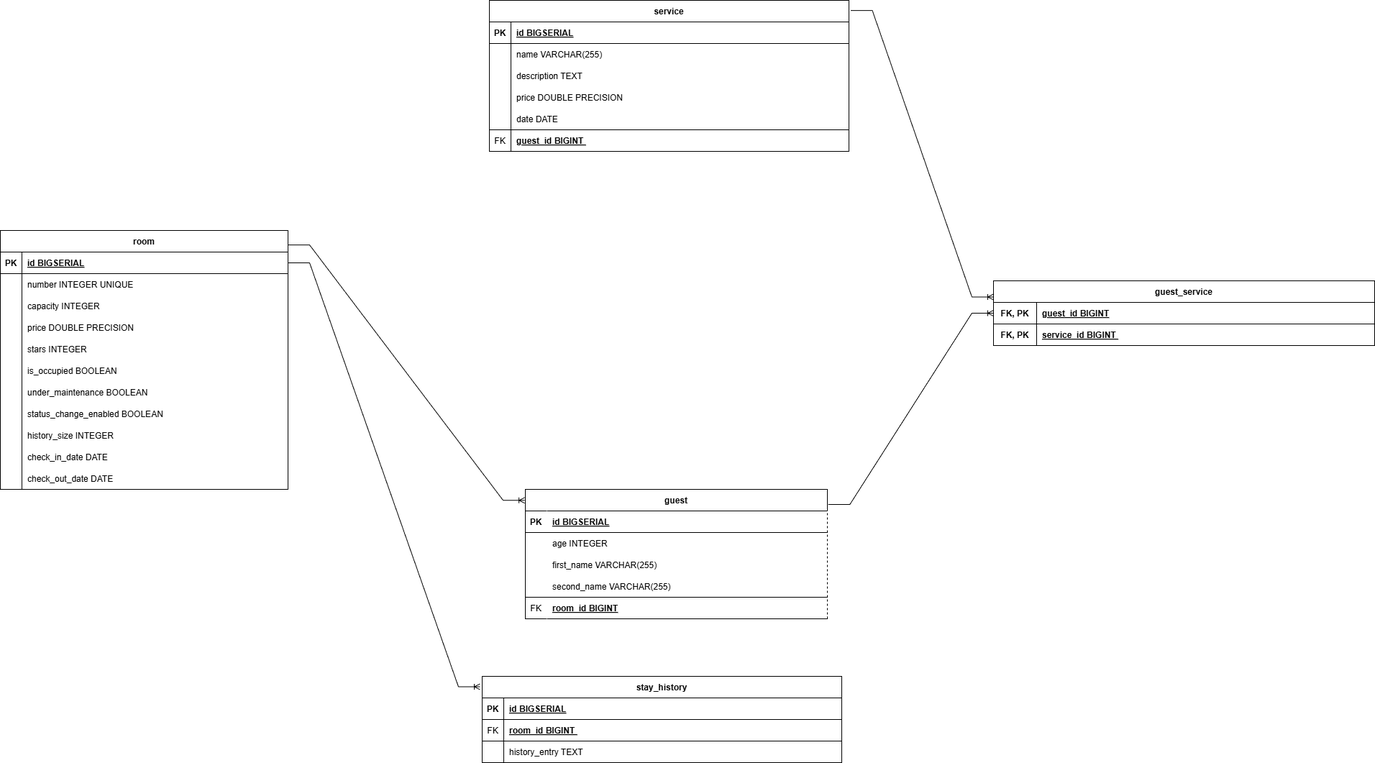
tokmann/senla-test-repository keeps this draw.io diagram as hotel-project/hotel/sql/hotel_erd.drawio.png. Above is the earlier version. Source tidied: cells renumbered, new cells last; positions are measured from the earlier drawing's top-left corner, leaving out a move shared by most shapes.
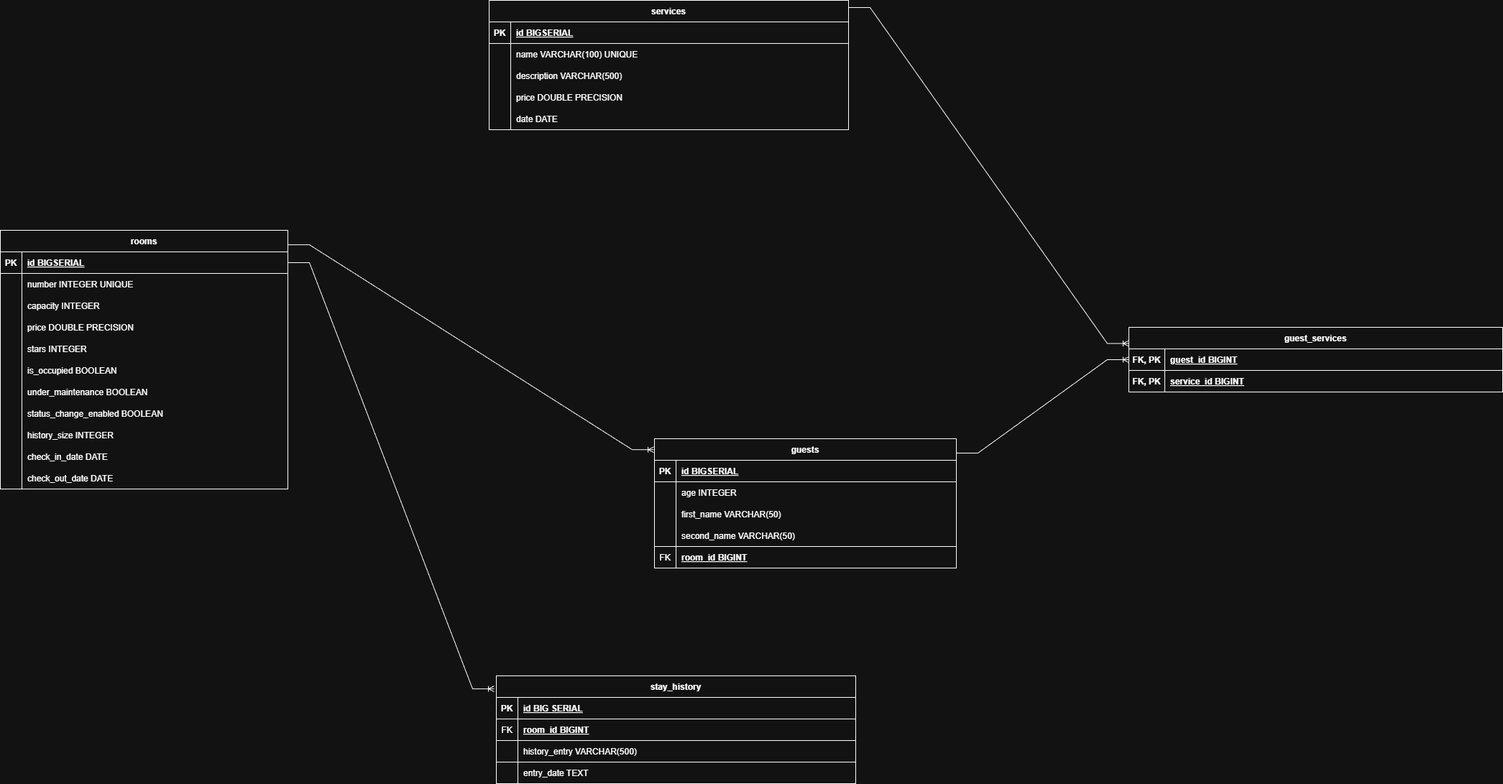
After the commit.

Commit message:
Изменил ERD диаграмму в соответствии с обновлением. Вынесены JPQL запросы в константы.

The edit, as a diff of the source:
```diff
@@ -2,7 +2,7 @@
   <root>
     <mxCell id="0" />
     <mxCell id="1" parent="0" />
-    <mxCell id="2" value="room" style="shape=table;startSize=30;rowLines=0;fontStyle=1;align=center;" parent="1" vertex="1">
+    <mxCell id="2" value="rooms" style="shape=table;startSize=30;rowLines=0;fontStyle=1;align=center;" parent="1" vertex="1">
       <mxGeometry y="320" width="400" height="360" as="geometry" />
     </mxCell>
     <mxCell id="3" style="shape=tableRow;horizontal=0;startSize=0;swimlaneHead=0;swimlaneBody=0;fillColor=none;points=[[0,0.5],[1,0.5]];portConstraint=eastwest;strokeColor=inherit;top=0;left=0;right=0;bottom=1;" parent="2" vertex="1">
@@ -104,8 +104,8 @@
     <mxCell id="35" value="check_out_date DATE" style="shape=partialRectangle;overflow=hidden;fillColor=none;align=left;strokeColor=inherit;top=0;left=0;bottom=0;right=0;spacingLeft=6;" parent="33" vertex="1">
       <mxGeometry x="30" width="370" height="30" as="geometry" />
     </mxCell>
-    <mxCell id="36" value="guest" style="shape=table;startSize=30;rowLines=0;fontStyle=1;align=center;separatorColor=light-dark(#FFFFFF,#FFFFFF);" parent="1" vertex="1">
-      <mxGeometry x="730" y="680" width="420" height="180" as="geometry" />
+    <mxCell id="36" value="guests" style="shape=table;startSize=30;rowLines=0;fontStyle=1;align=center;separatorColor=light-dark(#FFFFFF,#FFFFFF);" parent="1" vertex="1">
+      <mxGeometry x="910" y="610" width="420" height="180" as="geometry" />
     </mxCell>
     <mxCell id="37" style="shape=tableRow;horizontal=0;startSize=0;swimlaneHead=0;swimlaneBody=0;fillColor=none;strokeColor=inherit;top=0;left=0;right=0;bottom=1;" parent="36" vertex="1">
       <mxGeometry y="30" width="420" height="30" as="geometry" />
@@ -131,7 +131,7 @@
     <mxCell id="44" style="shape=partialRectangle;overflow=hidden;fillColor=none;strokeColor=inherit;top=0;left=0;bottom=0;right=0;" parent="43" vertex="1">
       <mxGeometry width="30" height="30" as="geometry" />
     </mxCell>
-    <mxCell id="45" value="first_name VARCHAR(255)" style="shape=partialRectangle;overflow=hidden;fillColor=none;align=left;strokeColor=inherit;top=0;left=0;bottom=0;right=0;spacingLeft=6;" parent="43" vertex="1">
+    <mxCell id="45" value="first_name VARCHAR(50)" style="shape=partialRectangle;overflow=hidden;fillColor=none;align=left;strokeColor=inherit;top=0;left=0;bottom=0;right=0;spacingLeft=6;" parent="43" vertex="1">
       <mxGeometry x="30" width="390" height="30" as="geometry" />
     </mxCell>
     <mxCell id="46" style="shape=tableRow;horizontal=0;startSize=0;swimlaneHead=0;swimlaneBody=0;fillColor=none;strokeColor=inherit;top=0;left=0;right=0;bottom=0;" parent="36" vertex="1">
@@ -140,7 +140,7 @@
     <mxCell id="47" style="shape=partialRectangle;overflow=hidden;fillColor=none;strokeColor=inherit;top=0;left=0;bottom=0;right=0;" parent="46" vertex="1">
       <mxGeometry width="30" height="30" as="geometry" />
     </mxCell>
-    <mxCell id="48" value="second_name VARCHAR(255) " style="shape=partialRectangle;overflow=hidden;fillColor=none;align=left;strokeColor=inherit;top=0;left=0;bottom=0;right=0;spacingLeft=6;" parent="46" vertex="1">
+    <mxCell id="48" value="second_name VARCHAR(50) " style="shape=partialRectangle;overflow=hidden;fillColor=none;align=left;strokeColor=inherit;top=0;left=0;bottom=0;right=0;spacingLeft=6;" parent="46" vertex="1">
       <mxGeometry x="30" width="390" height="30" as="geometry" />
     </mxCell>
     <mxCell id="49" style="shape=tableRow;horizontal=0;startSize=0;swimlaneHead=0;swimlaneBody=0;fillColor=none;strokeColor=inherit;top=1;left=0;right=0;bottom=0;separatorColor=light-dark(#FFFFFF,#FFFFFF);" parent="36" vertex="1">
@@ -152,8 +152,8 @@
     <mxCell id="51" value="room_id BIGINT" style="shape=partialRectangle;overflow=hidden;fillColor=none;align=left;strokeColor=inherit;top=0;left=0;bottom=0;right=0;spacingLeft=6;fontStyle=5;" parent="49" vertex="1">
       <mxGeometry x="30" width="390" height="30" as="geometry" />
     </mxCell>
-    <mxCell id="52" value="service" style="shape=table;startSize=30;rowLines=0;fontStyle=1;align=center;" parent="1" vertex="1">
-      <mxGeometry x="680" width="500" height="210" as="geometry" />
+    <mxCell id="52" value="services" style="shape=table;startSize=30;rowLines=0;fontStyle=1;align=center;" parent="1" vertex="1">
+      <mxGeometry x="680" width="500" height="180" as="geometry" />
     </mxCell>
     <mxCell id="53" style="shape=tableRow;horizontal=0;startSize=0;swimlaneHead=0;swimlaneBody=0;fillColor=none;strokeColor=inherit;top=0;left=0;right=0;bottom=1;" parent="52" vertex="1">
       <mxGeometry y="30" width="500" height="30" as="geometry" />
@@ -170,7 +170,7 @@
     <mxCell id="57" style="shape=partialRectangle;overflow=hidden;fillColor=none;strokeColor=inherit;top=0;left=0;bottom=0;right=0;" parent="56" vertex="1">
       <mxGeometry width="30" height="30" as="geometry" />
     </mxCell>
-    <mxCell id="58" value="name VARCHAR(255) " style="shape=partialRectangle;overflow=hidden;fillColor=none;align=left;strokeColor=inherit;top=0;left=0;bottom=0;right=0;spacingLeft=6;" parent="56" vertex="1">
+    <mxCell id="58" value="name VARCHAR(100) UNIQUE " style="shape=partialRectangle;overflow=hidden;fillColor=none;align=left;strokeColor=inherit;top=0;left=0;bottom=0;right=0;spacingLeft=6;" parent="56" vertex="1">
       <mxGeometry x="30" width="470" height="30" as="geometry" />
     </mxCell>
     <mxCell id="59" style="shape=tableRow;horizontal=0;startSize=0;swimlaneHead=0;swimlaneBody=0;fillColor=none;strokeColor=inherit;top=0;left=0;right=0;bottom=0;" parent="52" vertex="1">
@@ -179,7 +179,7 @@
     <mxCell id="60" style="shape=partialRectangle;overflow=hidden;fillColor=none;strokeColor=inherit;top=0;left=0;bottom=0;right=0;" parent="59" vertex="1">
       <mxGeometry width="30" height="30" as="geometry" />
     </mxCell>
-    <mxCell id="61" value="description TEXT" style="shape=partialRectangle;overflow=hidden;fillColor=none;align=left;strokeColor=inherit;top=0;left=0;bottom=0;right=0;spacingLeft=6;" parent="59" vertex="1">
+    <mxCell id="61" value="description VARCHAR(500)" style="shape=partialRectangle;overflow=hidden;fillColor=none;align=left;strokeColor=inherit;top=0;left=0;bottom=0;right=0;spacingLeft=6;" parent="59" vertex="1">
       <mxGeometry x="30" width="470" height="30" as="geometry" />
     </mxCell>
     <mxCell id="62" style="shape=tableRow;horizontal=0;startSize=0;swimlaneHead=0;swimlaneBody=0;fillColor=none;strokeColor=inherit;top=0;left=0;right=0;bottom=0;" parent="52" vertex="1">
@@ -200,17 +200,8 @@
     <mxCell id="67" value="date DATE " style="shape=partialRectangle;overflow=hidden;fillColor=none;align=left;strokeColor=inherit;top=0;left=0;bottom=0;right=0;spacingLeft=6;" parent="65" vertex="1">
       <mxGeometry x="30" width="470" height="30" as="geometry" />
     </mxCell>
-    <mxCell id="68" style="shape=tableRow;horizontal=0;startSize=0;swimlaneHead=0;swimlaneBody=0;fillColor=none;strokeColor=inherit;top=1;left=0;right=0;bottom=0;" parent="52" vertex="1">
-      <mxGeometry y="180" width="500" height="30" as="geometry" />
-    </mxCell>
-    <mxCell id="69" value="FK" style="shape=partialRectangle;overflow=hidden;fillColor=none;strokeColor=inherit;top=0;left=0;bottom=0;right=0;" parent="68" vertex="1">
-      <mxGeometry width="30" height="30" as="geometry" />
-    </mxCell>
-    <mxCell id="70" value="guest_id BIGINT " style="shape=partialRectangle;overflow=hidden;fillColor=none;align=left;strokeColor=inherit;top=0;left=0;bottom=0;right=0;spacingLeft=6;fontStyle=5;" parent="68" vertex="1">
-      <mxGeometry x="30" width="470" height="30" as="geometry" />
-    </mxCell>
     <mxCell id="71" value="stay_history" style="shape=table;startSize=30;rowLines=0;fontStyle=1;align=center;" parent="1" vertex="1">
-      <mxGeometry x="670" y="940" width="500" height="120" as="geometry" />
+      <mxGeometry x="690" y="940" width="500" height="150" as="geometry" />
     </mxCell>
     <mxCell id="72" style="shape=tableRow;horizontal=0;startSize=0;swimlaneHead=0;swimlaneBody=0;fillColor=none;strokeColor=inherit;top=0;left=0;right=0;bottom=1;" parent="71" vertex="1">
       <mxGeometry y="30" width="500" height="30" as="geometry" />
@@ -218,59 +209,72 @@
     <mxCell id="73" value="PK" style="shape=partialRectangle;overflow=hidden;fillColor=none;strokeColor=inherit;top=0;left=0;bottom=0;right=0;fontStyle=1;" parent="72" vertex="1">
       <mxGeometry width="30" height="30" as="geometry" />
     </mxCell>
-    <mxCell id="74" value="id BIGSERIAL " style="shape=partialRectangle;overflow=hidden;fillColor=none;align=left;strokeColor=inherit;top=0;left=0;bottom=0;right=0;spacingLeft=6;fontStyle=5;" parent="72" vertex="1">
+    <mxCell id="74" value="id BIG SERIAL " style="shape=partialRectangle;overflow=hidden;fillColor=none;align=left;strokeColor=inherit;top=0;left=0;bottom=0;right=0;spacingLeft=6;fontStyle=5;" parent="72" vertex="1">
       <mxGeometry x="30" width="470" height="30" as="geometry" />
     </mxCell>
+    <mxCell id="92" style="shape=tableRow;horizontal=0;startSize=0;swimlaneHead=0;swimlaneBody=0;fillColor=none;strokeColor=inherit;top=0;left=0;right=0;bottom=1;" parent="71" vertex="1">
+      <mxGeometry y="60" width="500" height="30" as="geometry" />
+    </mxCell>
+    <mxCell id="69" value="FK" style="shape=partialRectangle;overflow=hidden;fillColor=none;strokeColor=inherit;top=0;left=0;bottom=0;right=0;" parent="92" vertex="1">
+      <mxGeometry width="30" height="30" as="geometry" />
+    </mxCell>
+    <mxCell id="93" value="room_id BIGINT" style="shape=partialRectangle;overflow=hidden;fillColor=none;align=left;strokeColor=inherit;top=0;left=0;bottom=0;right=0;spacingLeft=6;fontStyle=5;" parent="92" vertex="1">
+      <mxGeometry x="30" width="470" height="30" as="geometry" />
+    </mxCell>
     <mxCell id="75" style="shape=tableRow;horizontal=0;startSize=0;swimlaneHead=0;swimlaneBody=0;fillColor=none;strokeColor=inherit;top=0;left=0;right=0;bottom=1;" parent="71" vertex="1">
-      <mxGeometry y="60" width="500" height="30" as="geometry" />
+      <mxGeometry y="90" width="500" height="30" as="geometry" />
     </mxCell>
-    <mxCell id="76" value="FK" style="shape=partialRectangle;overflow=hidden;fillColor=none;strokeColor=inherit;top=0;left=0;bottom=0;right=0;" parent="75" vertex="1">
+    <mxCell id="76" style="shape=partialRectangle;overflow=hidden;fillColor=none;strokeColor=inherit;top=0;left=0;bottom=0;right=0;" parent="75" vertex="1">
       <mxGeometry width="30" height="30" as="geometry" />
     </mxCell>
-    <mxCell id="77" value="room_id BIGINT " style="shape=partialRectangle;overflow=hidden;fillColor=none;align=left;strokeColor=inherit;top=0;left=0;bottom=0;right=0;spacingLeft=6;fontStyle=5;" parent="75" vertex="1">
+    <mxCell id="77" value="history_entry VARCHAR(500) " style="shape=partialRectangle;overflow=hidden;fillColor=none;align=left;strokeColor=inherit;top=0;left=0;bottom=0;right=0;spacingLeft=6;fontStyle=0;" parent="75" vertex="1">
       <mxGeometry x="30" width="470" height="30" as="geometry" />
     </mxCell>
     <mxCell id="78" style="shape=tableRow;horizontal=0;startSize=0;swimlaneHead=0;swimlaneBody=0;fillColor=none;strokeColor=inherit;top=0;left=0;right=0;bottom=0;" parent="71" vertex="1">
-      <mxGeometry y="90" width="500" height="30" as="geometry" />
+      <mxGeometry y="120" width="500" height="30" as="geometry" />
     </mxCell>
     <mxCell id="79" style="shape=partialRectangle;overflow=hidden;fillColor=none;strokeColor=inherit;top=0;left=0;bottom=0;right=0;" parent="78" vertex="1">
       <mxGeometry width="30" height="30" as="geometry" />
     </mxCell>
-    <mxCell id="80" value="history_entry TEXT " style="shape=partialRectangle;overflow=hidden;fillColor=none;align=left;strokeColor=inherit;top=0;left=0;bottom=0;right=0;spacingLeft=6;" parent="78" vertex="1">
+    <mxCell id="80" value="entry_date TEXT " style="shape=partialRectangle;overflow=hidden;fillColor=none;align=left;strokeColor=inherit;top=0;left=0;bottom=0;right=0;spacingLeft=6;" parent="78" vertex="1">
       <mxGeometry x="30" width="470" height="30" as="geometry" />
     </mxCell>
     <mxCell id="81" style="edgeStyle=entityRelationEdgeStyle;fontSize=12;html=1;endArrow=ERoneToMany;rounded=0;entryX=-0.002;entryY=0.085;entryDx=0;entryDy=0;exitX=1;exitY=0.056;exitDx=0;exitDy=0;entryPerimeter=0;exitPerimeter=0;" parent="1" edge="1" source="2" target="36">
       <mxGeometry relative="1" as="geometry" />
     </mxCell>
-    <mxCell id="82" value="guest_service" style="shape=table;startSize=30;rowLines=0;fontStyle=1;align=center;" parent="1" vertex="1">
-      <mxGeometry x="1381" y="390" width="530" height="90" as="geometry" />
-    </mxCell>
-    <mxCell id="83" style="shape=tableRow;horizontal=0;startSize=0;swimlaneHead=0;swimlaneBody=0;fillColor=none;points=[[0,0.5],[1,0.5]];portConstraint=eastwest;strokeColor=inherit;top=0;left=0;right=0;bottom=1;" parent="82" vertex="1">
-      <mxGeometry y="30" width="530" height="30" as="geometry" />
-    </mxCell>
-    <mxCell id="84" value="FK, PK" style="shape=partialRectangle;overflow=hidden;fillColor=none;strokeColor=inherit;top=0;left=0;bottom=0;right=0;fontStyle=1;" parent="83" vertex="1">
-      <mxGeometry width="60" height="30" as="geometry" />
-    </mxCell>
+    <mxCell id="91" style="edgeStyle=entityRelationEdgeStyle;fontSize=12;html=1;endArrow=ERoneToMany;rounded=0;exitX=1;exitY=0.5;exitDx=0;exitDy=0;entryX=-0.006;entryY=0.121;entryDx=0;entryDy=0;entryPerimeter=0;" parent="1" edge="1" source="3" target="71">
+      <mxGeometry relative="1" as="geometry" />
+    </mxCell>
+    <mxCell id="94" value="guest_services" style="shape=table;startSize=30;rowLines=0;fontStyle=1;align=center;" parent="1" vertex="1">
+      <mxGeometry x="1570" y="455" width="520" height="90" as="geometry" />
+    </mxCell>
+    <mxCell id="95" style="shape=tableRow;horizontal=0;startSize=0;swimlaneHead=0;swimlaneBody=0;fillColor=none;points=[[0,0.5],[1,0.5]];portConstraint=eastwest;strokeColor=inherit;top=0;left=0;right=0;bottom=1;" parent="94" vertex="1">
+      <mxGeometry y="30" width="520" height="30" as="geometry" />
+    </mxCell>
+    <mxCell id="96" value="FK, PK" style="shape=partialRectangle;overflow=hidden;fillColor=none;strokeColor=inherit;top=0;left=0;bottom=0;right=0;fontStyle=1;" parent="95" vertex="1">
+      <mxGeometry width="50" height="30" as="geometry" />
+    </mxCell>
-    <mxCell id="85" value="guest_id BIGINT" style="shape=partialRectangle;overflow=hidden;fillColor=none;align=left;strokeColor=inherit;top=0;left=0;bottom=0;right=0;spacingLeft=6;fontStyle=5;" parent="83" vertex="1">
-      <mxGeometry x="60" width="470" height="30" as="geometry" />
+    <mxCell id="85" value="guest_id BIGINT" style="shape=partialRectangle;overflow=hidden;fillColor=none;align=left;strokeColor=inherit;top=0;left=0;bottom=0;right=0;spacingLeft=6;fontStyle=5;" parent="95" vertex="1">
+      <mxGeometry x="50" width="470" height="30" as="geometry" />
     </mxCell>
-    <mxCell id="86" style="shape=tableRow;horizontal=0;startSize=0;swimlaneHead=0;swimlaneBody=0;fillColor=none;strokeColor=inherit;top=0;left=0;right=0;bottom=1;" parent="82" vertex="1">
-      <mxGeometry y="60" width="530" height="30" as="geometry" />
-    </mxCell>
-    <mxCell id="87" value="FK, PK" style="shape=partialRectangle;overflow=hidden;fillColor=none;strokeColor=inherit;top=0;left=0;bottom=0;right=0;fontStyle=1;" parent="86" vertex="1">
-      <mxGeometry width="60" height="30" as="geometry" />
-    </mxCell>
+    <mxCell id="97" style="shape=tableRow;horizontal=0;startSize=0;swimlaneHead=0;swimlaneBody=0;fillColor=none;strokeColor=inherit;top=0;left=0;right=0;bottom=1;" parent="94" vertex="1">
+      <mxGeometry y="60" width="520" height="30" as="geometry" />
+    </mxCell>
+    <mxCell id="98" value="FK, PK" style="shape=partialRectangle;overflow=hidden;fillColor=none;strokeColor=inherit;top=0;left=0;bottom=0;right=0;fontStyle=1;" parent="97" vertex="1">
+      <mxGeometry width="50" height="30" as="geometry" />
+    </mxCell>
-    <mxCell id="88" value="service_id BIGINT " style="shape=partialRectangle;overflow=hidden;fillColor=none;align=left;strokeColor=inherit;top=0;left=0;bottom=0;right=0;spacingLeft=6;fontStyle=5;" parent="86" vertex="1">
-      <mxGeometry x="60" width="470" height="30" as="geometry" />
+    <mxCell id="88" value="service_id BIGINT" style="shape=partialRectangle;overflow=hidden;fillColor=none;align=left;strokeColor=inherit;top=0;left=0;bottom=0;right=0;spacingLeft=6;fontStyle=5;" parent="97" vertex="1">
+      <mxGeometry x="50" width="470" height="30" as="geometry" />
     </mxCell>
-    <mxCell id="89" style="edgeStyle=entityRelationEdgeStyle;fontSize=12;html=1;endArrow=ERoneToMany;rounded=0;exitX=1.003;exitY=0.117;exitDx=0;exitDy=0;exitPerimeter=0;entryX=0;entryY=0.5;entryDx=0;entryDy=0;" parent="1" edge="1" source="36" target="83">
-      <mxGeometry relative="1" as="geometry" />
-    </mxCell>
-    <mxCell id="90" style="edgeStyle=entityRelationEdgeStyle;fontSize=12;html=1;endArrow=ERoneToMany;rounded=0;exitX=1.005;exitY=0.067;exitDx=0;exitDy=0;exitPerimeter=0;entryX=0;entryY=0.25;entryDx=0;entryDy=0;" parent="1" edge="1" source="52" target="82">
-      <mxGeometry relative="1" as="geometry" />
-    </mxCell>
-    <mxCell id="91" style="edgeStyle=entityRelationEdgeStyle;fontSize=12;html=1;endArrow=ERoneToMany;rounded=0;exitX=1;exitY=0.5;exitDx=0;exitDy=0;entryX=-0.006;entryY=0.121;entryDx=0;entryDy=0;entryPerimeter=0;" parent="1" edge="1" source="3" target="71">
-      <mxGeometry relative="1" as="geometry" />
-    </mxCell>
+    <mxCell id="99" style="edgeStyle=entityRelationEdgeStyle;fontSize=12;html=1;endArrow=ERoneToMany;rounded=0;entryX=0;entryY=0.25;entryDx=0;entryDy=0;exitX=1;exitY=0.056;exitDx=0;exitDy=0;exitPerimeter=0;" parent="1" edge="1" target="94">
+      <mxGeometry relative="1" as="geometry">
+        <mxPoint x="1180" y="10" as="sourcePoint" />
+      </mxGeometry>
+    </mxCell>
+    <mxCell id="100" style="edgeStyle=entityRelationEdgeStyle;fontSize=12;html=1;endArrow=ERoneToMany;rounded=0;entryX=0;entryY=0.5;entryDx=0;entryDy=0;exitX=1;exitY=0.056;exitDx=0;exitDy=0;exitPerimeter=0;" parent="1" edge="1" target="95">
+      <mxGeometry relative="1" as="geometry">
+        <mxPoint x="1330" y="630" as="sourcePoint" />
+      </mxGeometry>
+    </mxCell>
   </root>
 </mxGraphModel>
```
